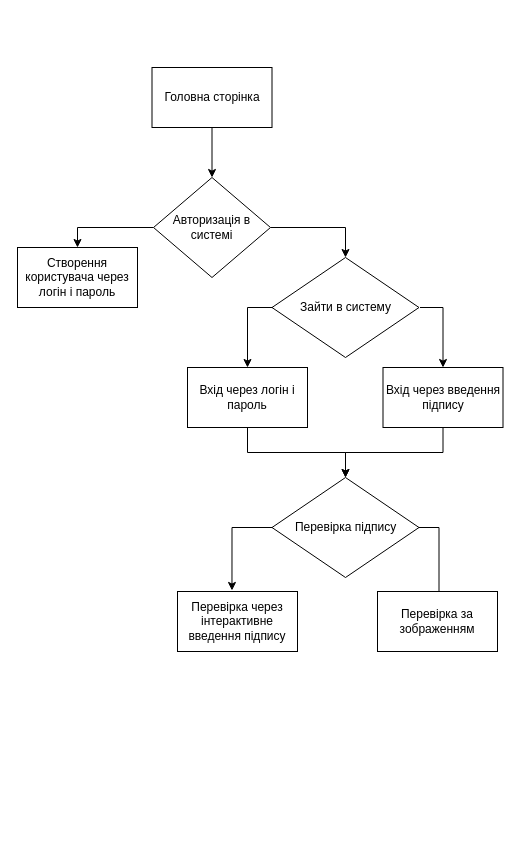
Above: user_scenario.drawio in Pavlo-Olshansky/Python (draw.io), before the change. Source tidied: cells renumbered, new cells numbered last; positions are measured from the earlier drawing's top-left corner, leaving out a move shared by most shapes. Both pictures are drawn from the tidied source at 100%, with x=0, y=0 at pixel (17, 67).
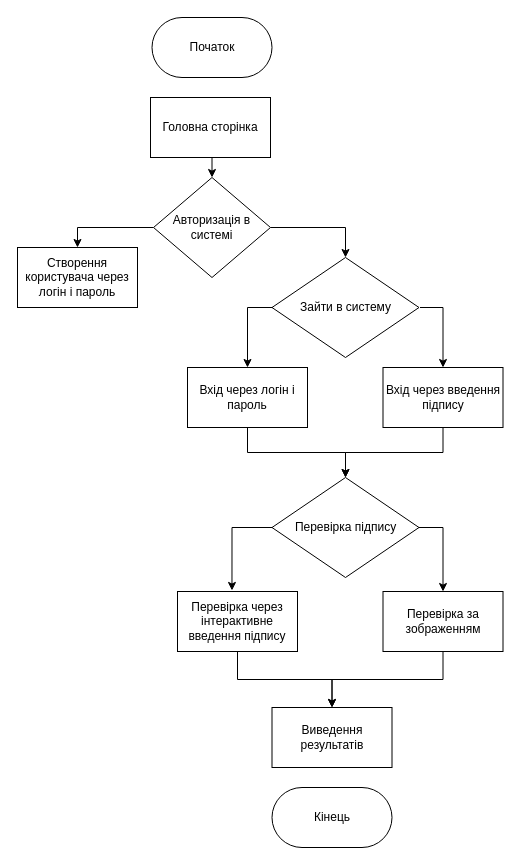
After the change.

Unchanged cells that the change refers to:
```xml
<mxCell id="6" value="Авторизація в системі" style="rhombus;whiteSpace=wrap;html=1;" parent="1" vertex="1">
  <mxGeometry x="136" y="110" width="117" height="100" as="geometry" />
</mxCell>
<mxCell id="12" value="Перевірка підпису" style="rhombus;whiteSpace=wrap;html=1;" parent="1" vertex="1">
  <mxGeometry x="254.5" y="410" width="147" height="100" as="geometry" />
</mxCell>
<mxCell id="18" value="Перевірка через інтерактивне введення підпису" style="rounded=0;whiteSpace=wrap;html=1;" parent="1" vertex="1">
  <mxGeometry x="160" y="524" width="120" height="60" as="geometry" />
</mxCell>
```

The edit, as a diff of the source:
```diff
@@
-    <mxCell id="2" style="edgeStyle=orthogonalEdgeStyle;rounded=0;jettySize=auto;html=1;exitX=0.5;exitY=1;exitDx=0;exitDy=0;entryX=0.5;entryY=0;entryDx=0;entryDy=0;" parent="1" edge="1" source="3" target="6">
-      <mxGeometry relative="1" as="geometry" />
+    <mxCell id="2" style="edgeStyle=orthogonalEdgeStyle;rounded=0;jettySize=auto;html=1;exitX=0.5;exitY=1;exitDx=0;exitDy=0;entryX=0.5;entryY=0;entryDx=0;entryDy=0;" parent="1" edge="1" target="6">
+      <mxGeometry relative="1" as="geometry">
+        <mxPoint x="196" y="90" as="sourcePoint" />
+      </mxGeometry>
     </mxCell>
     <mxCell id="3" value="Головна сторінка" style="rounded=0;whiteSpace=wrap;html=1;" parent="1" vertex="1">
-      <mxGeometry x="134.5" width="120" height="60" as="geometry" />
+      <mxGeometry x="133" y="30" width="120" height="60" as="geometry" />
     </mxCell>
@@
+    <mxCell id="11" style="edgeStyle=orthogonalEdgeStyle;rounded=0;jettySize=auto;html=1;exitX=0;exitY=0.5;exitDx=0;exitDy=0;entryX=0.454;entryY=-0.017;entryDx=0;entryDy=0;entryPerimeter=0;" parent="1" edge="1" source="12" target="18">
+      <mxGeometry relative="1" as="geometry" />
+    </mxCell>
@@
-    <mxCell id="11" style="edgeStyle=orthogonalEdgeStyle;rounded=0;jettySize=auto;html=1;exitX=0;exitY=0.5;exitDx=0;exitDy=0;entryX=0.454;entryY=-0.017;entryDx=0;entryDy=0;entryPerimeter=0;" parent="1" edge="1" source="12" target="18">
-      <mxGeometry relative="1" as="geometry" />
-    </mxCell>
@@
+    <mxCell id="20" style="edgeStyle=orthogonalEdgeStyle;rounded=0;jettySize=auto;html=1;" parent="1" edge="1" source="18" target="21">
+      <mxGeometry relative="1" as="geometry" />
+    </mxCell>
@@
+    <mxCell id="21" value="Виведення результатів" style="rounded=0;whiteSpace=wrap;html=1;" parent="1" vertex="1">
+      <mxGeometry x="254.5" y="640" width="120" height="60" as="geometry" />
+    </mxCell>
+    <mxCell id="22" style="edgeStyle=orthogonalEdgeStyle;rounded=0;jettySize=auto;html=1;exitX=0.5;exitY=1;exitDx=0;exitDy=0;entryX=0.5;entryY=0;entryDx=0;entryDy=0;" parent="1" edge="1" source="19" target="21">
+      <mxGeometry relative="1" as="geometry" />
+    </mxCell>
     <mxCell id="19" value="Перевірка за зображенням" style="rounded=0;whiteSpace=wrap;html=1;" parent="1" vertex="1">
-      <mxGeometry x="360" y="524" width="120" height="60" as="geometry" />
+      <mxGeometry x="365.5" y="524" width="120" height="60" as="geometry" />
     </mxCell>
+    <mxCell id="23" value="Кінець" style="rounded=1;whiteSpace=wrap;html=1;arcSize=50;" parent="1" vertex="1">
+      <mxGeometry x="254.5" y="720" width="120" height="60" as="geometry" />
+    </mxCell>
+    <mxCell id="24" value="Початок" style="rounded=1;whiteSpace=wrap;html=1;arcSize=50;" parent="1" vertex="1">
+      <mxGeometry x="134.5" y="-50" width="120" height="60" as="geometry" />
+    </mxCell>
```
